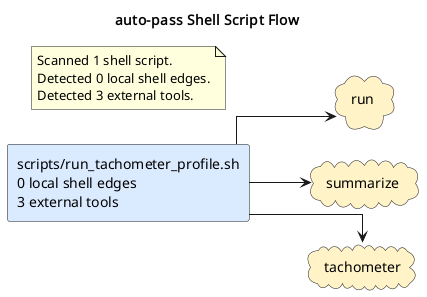
Before: docs/diagrams/shell-call-graph.puml.png, a diagram exported from PlantUML (casonk/auto-pass). Source of this version:
```plantuml
@startuml
title auto-pass Shell Script Flow
left to right direction
skinparam shadowing false
skinparam defaultFontName Monospace
skinparam componentStyle rectangle
skinparam linetype ortho
rectangle "scripts/run_tachometer_profile.sh\n0 local shell edges\n3 external tools" as shell_scripts_run_tachometer_profile_sh #DBEAFE
cloud "run" as tool_run #FEF3C7
cloud "summarize" as tool_summarize #FEF3C7
cloud "tachometer" as tool_tachometer #FEF3C7
shell_scripts_run_tachometer_profile_sh --> tool_run
shell_scripts_run_tachometer_profile_sh --> tool_summarize
shell_scripts_run_tachometer_profile_sh --> tool_tachometer
note as shellGraphSummary
Scanned 1 shell script.
Detected 0 local shell edges.
Detected 3 external tools.
end note
@enduml
```
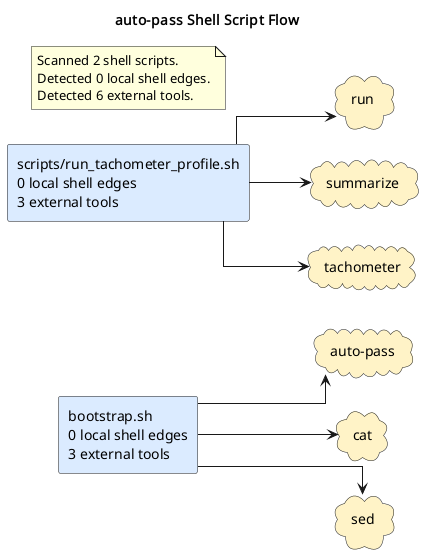
After the change.

What changed in the source:
```diff
@@ -5,16 +5,23 @@
 skinparam defaultFontName Monospace
 skinparam componentStyle rectangle
 skinparam linetype ortho
+rectangle "bootstrap.sh\n0 local shell edges\n3 external tools" as shell_bootstrap_sh #DBEAFE
 rectangle "scripts/run_tachometer_profile.sh\n0 local shell edges\n3 external tools" as shell_scripts_run_tachometer_profile_sh #DBEAFE
+cloud "auto-pass" as tool_auto_pass #FEF3C7
+cloud "cat" as tool_cat #FEF3C7
 cloud "run" as tool_run #FEF3C7
+cloud "sed" as tool_sed #FEF3C7
 cloud "summarize" as tool_summarize #FEF3C7
 cloud "tachometer" as tool_tachometer #FEF3C7
+shell_bootstrap_sh --> tool_auto_pass
+shell_bootstrap_sh --> tool_cat
+shell_bootstrap_sh --> tool_sed
 shell_scripts_run_tachometer_profile_sh --> tool_run
 shell_scripts_run_tachometer_profile_sh --> tool_summarize
 shell_scripts_run_tachometer_profile_sh --> tool_tachometer
 note as shellGraphSummary
-Scanned 1 shell script.
+Scanned 2 shell scripts.
 Detected 0 local shell edges.
-Detected 3 external tools.
+Detected 6 external tools.
 end note
 @enduml
```
